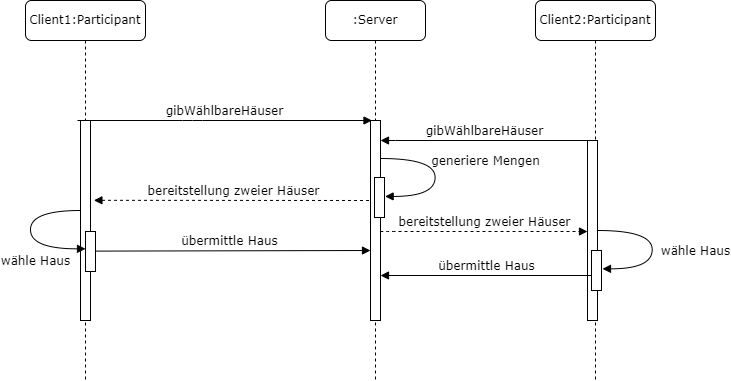
Before: Documentation/Requirement_specification_document/images/SQ_Hauswahl.png, a diagram exported from draw.io (LeverageAlex/DuneRTS). Source tidied: cells renumbered, new cells last; positions are measured from the earlier drawing's top-left corner, leaving out a move shared by most shapes. Source of this version:
```xml
<mxGraphModel>
  <root>
    <mxCell id="0" />
    <mxCell id="1" parent="0" />
    <mxCell id="2" value="übermittle Haus" style="html=1;verticalAlign=bottom;endArrow=block;labelBackgroundColor=none;fontFamily=Verdana;fontSize=12;edgeStyle=elbowEdgeStyle;elbow=vertical;exitX=1.271;exitY=0.311;exitDx=0;exitDy=0;exitPerimeter=0;" parent="1" edge="1">
      <mxGeometry relative="1" as="geometry">
        <mxPoint x="63.7" y="250.6" as="sourcePoint" />
        <mxPoint x="345" y="250" as="targetPoint" />
        <Array as="points">
          <mxPoint x="165.5" y="250" />
        </Array>
      </mxGeometry>
    </mxCell>
    <mxCell id="3" value="Client2:Participant" style="shape=umlLifeline;perimeter=lifelinePerimeter;whiteSpace=wrap;html=1;rounded=1;shadow=0;comic=0;labelBackgroundColor=none;strokeWidth=1;fontFamily=Verdana;fontSize=12;align=center;" parent="1" vertex="1">
      <mxGeometry x="510" width="120" height="380" as="geometry" />
    </mxCell>
    <mxCell id="4" style="html=1;points=[];perimeter=orthogonalPerimeter;rounded=0;shadow=0;comic=0;labelBackgroundColor=none;strokeWidth=1;fontFamily=Verdana;fontSize=12;align=center;" parent="1" vertex="1">
      <mxGeometry x="562" y="140" width="10" height="180" as="geometry" />
    </mxCell>
    <mxCell id="5" value="bereitstellung zweier Häuser" style="html=1;verticalAlign=bottom;endArrow=none;labelBackgroundColor=none;fontFamily=Verdana;fontSize=12;edgeStyle=elbowEdgeStyle;elbow=vertical;endFill=0;startArrow=block;startFill=1;dashed=1;exitX=1.34;exitY=0.399;exitDx=0;exitDy=0;exitPerimeter=0;" parent="1" edge="1" source="9">
      <mxGeometry relative="1" as="geometry">
        <mxPoint x="349" y="200" as="targetPoint" />
      </mxGeometry>
    </mxCell>
    <mxCell id="6" value=":Server" style="shape=umlLifeline;perimeter=lifelinePerimeter;whiteSpace=wrap;html=1;rounded=1;shadow=0;comic=0;labelBackgroundColor=none;strokeWidth=1;fontFamily=Verdana;fontSize=12;align=center;" parent="1" vertex="1">
      <mxGeometry x="300" width="100" height="380" as="geometry" />
    </mxCell>
    <mxCell id="7" style="html=1;points=[];perimeter=orthogonalPerimeter;rounded=0;shadow=0;comic=0;labelBackgroundColor=none;strokeWidth=1;fontFamily=Verdana;fontSize=12;align=center;" parent="6" vertex="1">
      <mxGeometry x="45" y="120" width="10" height="200" as="geometry" />
    </mxCell>
    <mxCell id="8" value="Client1:Participant" style="shape=umlLifeline;perimeter=lifelinePerimeter;whiteSpace=wrap;html=1;rounded=1;shadow=0;comic=0;labelBackgroundColor=none;strokeWidth=1;fontFamily=Verdana;fontSize=12;align=center;" parent="1" vertex="1">
      <mxGeometry width="120" height="380" as="geometry" />
    </mxCell>
    <mxCell id="9" style="html=1;points=[];perimeter=orthogonalPerimeter;rounded=0;shadow=0;comic=0;labelBackgroundColor=none;strokeWidth=1;fontFamily=Verdana;fontSize=12;align=center;" parent="8" vertex="1">
      <mxGeometry x="55" y="120" width="10" height="200" as="geometry" />
    </mxCell>
    <mxCell id="10" style="html=1;perimeter=orthogonalPerimeter;rounded=0;shadow=0;comic=0;labelBackgroundColor=none;strokeWidth=1;fontFamily=Verdana;fontSize=12;align=center;" parent="8" vertex="1">
      <mxGeometry x="60" y="231" width="10" height="40" as="geometry" />
    </mxCell>
    <mxCell id="11" value="wähle Haus" style="html=1;verticalAlign=bottom;endArrow=block;labelBackgroundColor=none;fontFamily=Verdana;fontSize=12;elbow=vertical;edgeStyle=orthogonalEdgeStyle;curved=1;entryX=1;entryY=0.286;entryPerimeter=0;exitX=1.038;exitY=0.345;exitPerimeter=0;" parent="8" edge="1">
      <mxGeometry x="0.3" y="-22" relative="1" as="geometry">
        <mxPoint x="55" y="210" as="sourcePoint" />
        <mxPoint x="60" y="248.3" as="targetPoint" />
        <Array as="points">
          <mxPoint x="5" y="210" />
          <mxPoint x="5" y="248" />
        </Array>
      </mxGeometry>
    </mxCell>
    <mxCell id="12" value="gibWählbareHäuser" style="html=1;verticalAlign=bottom;endArrow=none;labelBackgroundColor=none;fontFamily=Verdana;fontSize=12;edgeStyle=elbowEdgeStyle;elbow=vertical;endFill=0;startArrow=block;startFill=1;" parent="1" edge="1" source="7" target="4">
      <mxGeometry relative="1" as="geometry">
        <Array as="points">
          <mxPoint x="360" y="140" />
        </Array>
      </mxGeometry>
    </mxCell>
    <mxCell id="13" value="gibWählbareHäuser" style="html=1;verticalAlign=bottom;endArrow=block;labelBackgroundColor=none;fontFamily=Verdana;fontSize=12;edgeStyle=elbowEdgeStyle;elbow=vertical;" parent="1" edge="1">
      <mxGeometry relative="1" as="geometry">
        <mxPoint x="52" y="120" as="sourcePoint" />
        <mxPoint x="346.5" y="120" as="targetPoint" />
        <Array as="points">
          <mxPoint x="167" y="120" />
        </Array>
      </mxGeometry>
    </mxCell>
    <mxCell id="14" value="bereitstellung zweier Häuser" style="html=1;verticalAlign=bottom;endArrow=block;labelBackgroundColor=none;fontFamily=Verdana;fontSize=12;edgeStyle=elbowEdgeStyle;elbow=vertical;endFill=1;startArrow=none;startFill=0;dashed=1;" parent="1" edge="1">
      <mxGeometry relative="1" as="geometry">
        <mxPoint x="355" y="231" as="sourcePoint" />
        <mxPoint x="562" y="231" as="targetPoint" />
        <Array as="points">
          <mxPoint x="360" y="231" />
        </Array>
      </mxGeometry>
    </mxCell>
    <mxCell id="15" value="generiere Mengen" style="html=1;verticalAlign=bottom;endArrow=block;labelBackgroundColor=none;fontFamily=Verdana;fontSize=12;elbow=vertical;edgeStyle=orthogonalEdgeStyle;curved=1;entryX=1;entryY=0.286;entryPerimeter=0;exitX=1.038;exitY=0.345;exitPerimeter=0;" parent="1" edge="1">
      <mxGeometry x="-0.07" y="50" relative="1" as="geometry">
        <mxPoint x="355" y="158" as="sourcePoint" />
        <mxPoint x="359.6" y="195.9" as="targetPoint" />
        <Array as="points">
          <mxPoint x="409.6" y="157.9" />
          <mxPoint x="409.6" y="195.9" />
        </Array>
      </mxGeometry>
    </mxCell>
    <mxCell id="16" style="html=1;perimeter=orthogonalPerimeter;rounded=0;shadow=0;comic=0;labelBackgroundColor=none;strokeWidth=1;fontFamily=Verdana;fontSize=12;align=center;" parent="1" vertex="1">
      <mxGeometry x="349" y="177" width="10" height="40" as="geometry" />
    </mxCell>
    <mxCell id="17" value="wähle Haus" style="html=1;verticalAlign=bottom;endArrow=block;labelBackgroundColor=none;fontFamily=Verdana;fontSize=12;elbow=vertical;edgeStyle=orthogonalEdgeStyle;curved=1;entryX=1;entryY=0.286;entryPerimeter=0;exitX=1.038;exitY=0.345;exitPerimeter=0;" parent="1" edge="1">
      <mxGeometry x="0.19" y="43" relative="1" as="geometry">
        <mxPoint x="572" y="230" as="sourcePoint" />
        <mxPoint x="577" y="268.3" as="targetPoint" />
        <Array as="points">
          <mxPoint x="626.7" y="230" />
          <mxPoint x="626.7" y="268" />
        </Array>
      </mxGeometry>
    </mxCell>
    <mxCell id="18" style="html=1;perimeter=orthogonalPerimeter;rounded=0;shadow=0;comic=0;labelBackgroundColor=none;strokeWidth=1;fontFamily=Verdana;fontSize=12;align=center;" parent="1" vertex="1">
      <mxGeometry x="566" y="250" width="10" height="40" as="geometry" />
    </mxCell>
    <mxCell id="19" value="übermittle Haus" style="html=1;verticalAlign=bottom;endArrow=none;labelBackgroundColor=none;fontFamily=Verdana;fontSize=12;edgeStyle=elbowEdgeStyle;elbow=vertical;endFill=0;startArrow=block;startFill=1;" parent="1" edge="1" source="7">
      <mxGeometry relative="1" as="geometry">
        <mxPoint x="566" y="275" as="targetPoint" />
      </mxGeometry>
    </mxCell>
  </root>
</mxGraphModel>
```
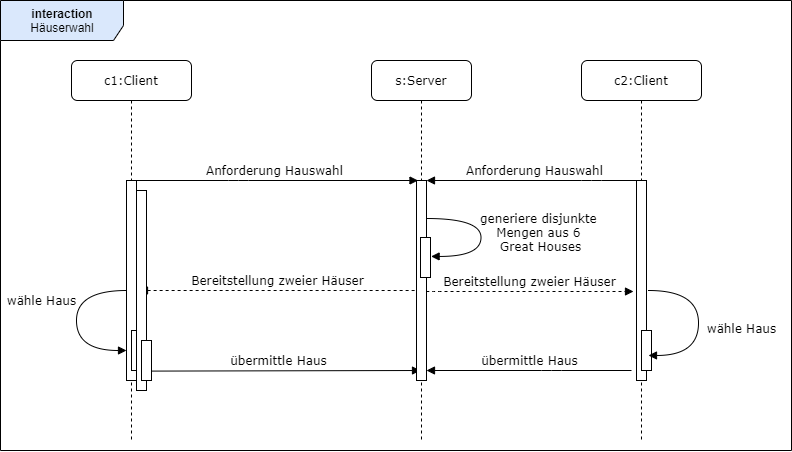
Above is the later version.

What changed in the source:
```diff
@@ -2,68 +2,84 @@
   <root>
     <mxCell id="0" />
     <mxCell id="1" parent="0" />
+    <mxCell id="20" value="&lt;b&gt;interaction &lt;/b&gt;Häuserwahl" style="shape=umlFrame;whiteSpace=wrap;html=1;width=123;height=40;fillColor=#dae8fc;strokeColor=#000000;" parent="1" vertex="1">
+      <mxGeometry x="-71" y="-60" width="791" height="450" as="geometry" />
+    </mxCell>
+    <mxCell id="3" value="c2:Client" style="shape=umlLifeline;perimeter=lifelinePerimeter;whiteSpace=wrap;html=1;rounded=1;shadow=0;comic=0;labelBackgroundColor=none;strokeWidth=1;fontFamily=Verdana;fontSize=12;align=center;" parent="1" vertex="1">
+      <mxGeometry x="510" width="120" height="380" as="geometry" />
+    </mxCell>
+    <mxCell id="18" style="html=1;perimeter=orthogonalPerimeter;rounded=0;shadow=0;comic=0;labelBackgroundColor=none;strokeWidth=1;fontFamily=Verdana;fontSize=12;align=center;" parent="3" vertex="1">
+      <mxGeometry x="55" y="270" width="10" height="40" as="geometry" />
+    </mxCell>
+    <mxCell id="4" style="html=1;points=[];perimeter=orthogonalPerimeter;rounded=0;shadow=0;comic=0;labelBackgroundColor=none;strokeWidth=1;fontFamily=Verdana;fontSize=12;align=center;" parent="3" vertex="1">
+      <mxGeometry x="55" y="140" width="10" height="180" as="geometry" />
+    </mxCell>
+    <mxCell id="21" style="html=1;perimeter=orthogonalPerimeter;rounded=0;shadow=0;comic=0;labelBackgroundColor=none;strokeWidth=1;fontFamily=Verdana;fontSize=12;align=center;" parent="3" vertex="1">
+      <mxGeometry x="55" y="120" width="10" height="200" as="geometry" />
+    </mxCell>
+    <mxCell id="22" style="html=1;perimeter=orthogonalPerimeter;rounded=0;shadow=0;comic=0;labelBackgroundColor=none;strokeWidth=1;fontFamily=Verdana;fontSize=12;align=center;" parent="3" vertex="1">
+      <mxGeometry x="60" y="270" width="10" height="40" as="geometry" />
+    </mxCell>
     <mxCell id="2" value="übermittle Haus" style="html=1;verticalAlign=bottom;endArrow=block;labelBackgroundColor=none;fontFamily=Verdana;fontSize=12;edgeStyle=elbowEdgeStyle;elbow=vertical;exitX=1.271;exitY=0.311;exitDx=0;exitDy=0;exitPerimeter=0;" parent="1" edge="1">
       <mxGeometry relative="1" as="geometry">
-        <mxPoint x="63.7" y="250.6" as="sourcePoint" />
-        <mxPoint x="345" y="250" as="targetPoint" />
+        <mxPoint x="67.7" y="310.6" as="sourcePoint" />
+        <mxPoint x="349" y="310" as="targetPoint" />
         <Array as="points">
-          <mxPoint x="165.5" y="250" />
+          <mxPoint x="169.5" y="310" />
         </Array>
       </mxGeometry>
     </mxCell>
-    <mxCell id="3" value="Client2:Participant" style="shape=umlLifeline;perimeter=lifelinePerimeter;whiteSpace=wrap;html=1;rounded=1;shadow=0;comic=0;labelBackgroundColor=none;strokeWidth=1;fontFamily=Verdana;fontSize=12;align=center;" parent="1" vertex="1">
-      <mxGeometry x="510" width="120" height="380" as="geometry" />
-    </mxCell>
-    <mxCell id="4" style="html=1;points=[];perimeter=orthogonalPerimeter;rounded=0;shadow=0;comic=0;labelBackgroundColor=none;strokeWidth=1;fontFamily=Verdana;fontSize=12;align=center;" parent="1" vertex="1">
-      <mxGeometry x="562" y="140" width="10" height="180" as="geometry" />
-    </mxCell>
-    <mxCell id="5" value="bereitstellung zweier Häuser" style="html=1;verticalAlign=bottom;endArrow=none;labelBackgroundColor=none;fontFamily=Verdana;fontSize=12;edgeStyle=elbowEdgeStyle;elbow=vertical;endFill=0;startArrow=block;startFill=1;dashed=1;exitX=1.34;exitY=0.399;exitDx=0;exitDy=0;exitPerimeter=0;" parent="1" edge="1" source="9">
+    <mxCell id="5" value="Bereitstellung zweier Häuser" style="html=1;verticalAlign=bottom;endArrow=none;labelBackgroundColor=none;fontFamily=Verdana;fontSize=12;edgeStyle=elbowEdgeStyle;elbow=vertical;endFill=0;startArrow=block;startFill=1;dashed=1;" parent="1" edge="1" target="7">
       <mxGeometry relative="1" as="geometry">
-        <mxPoint x="349" y="200" as="targetPoint" />
+        <mxPoint x="68" y="230" as="sourcePoint" />
+        <Array as="points">
+          <mxPoint x="280" y="230" />
+        </Array>
       </mxGeometry>
     </mxCell>
-    <mxCell id="6" value=":Server" style="shape=umlLifeline;perimeter=lifelinePerimeter;whiteSpace=wrap;html=1;rounded=1;shadow=0;comic=0;labelBackgroundColor=none;strokeWidth=1;fontFamily=Verdana;fontSize=12;align=center;" parent="1" vertex="1">
+    <mxCell id="6" value="s:Server" style="shape=umlLifeline;perimeter=lifelinePerimeter;whiteSpace=wrap;html=1;rounded=1;shadow=0;comic=0;labelBackgroundColor=none;strokeWidth=1;fontFamily=Verdana;fontSize=12;align=center;" parent="1" vertex="1">
       <mxGeometry x="300" width="100" height="380" as="geometry" />
     </mxCell>
     <mxCell id="7" style="html=1;points=[];perimeter=orthogonalPerimeter;rounded=0;shadow=0;comic=0;labelBackgroundColor=none;strokeWidth=1;fontFamily=Verdana;fontSize=12;align=center;" parent="6" vertex="1">
       <mxGeometry x="45" y="120" width="10" height="200" as="geometry" />
     </mxCell>
-    <mxCell id="8" value="Client1:Participant" style="shape=umlLifeline;perimeter=lifelinePerimeter;whiteSpace=wrap;html=1;rounded=1;shadow=0;comic=0;labelBackgroundColor=none;strokeWidth=1;fontFamily=Verdana;fontSize=12;align=center;" parent="1" vertex="1">
+    <mxCell id="8" value="c1:Client" style="shape=umlLifeline;perimeter=lifelinePerimeter;whiteSpace=wrap;html=1;rounded=1;shadow=0;comic=0;labelBackgroundColor=none;strokeWidth=1;fontFamily=Verdana;fontSize=12;align=center;" parent="1" vertex="1">
       <mxGeometry width="120" height="380" as="geometry" />
     </mxCell>
     <mxCell id="9" style="html=1;points=[];perimeter=orthogonalPerimeter;rounded=0;shadow=0;comic=0;labelBackgroundColor=none;strokeWidth=1;fontFamily=Verdana;fontSize=12;align=center;" parent="8" vertex="1">
       <mxGeometry x="55" y="120" width="10" height="200" as="geometry" />
     </mxCell>
     <mxCell id="10" style="html=1;perimeter=orthogonalPerimeter;rounded=0;shadow=0;comic=0;labelBackgroundColor=none;strokeWidth=1;fontFamily=Verdana;fontSize=12;align=center;" parent="8" vertex="1">
-      <mxGeometry x="60" y="231" width="10" height="40" as="geometry" />
+      <mxGeometry x="60" y="270" width="10" height="40" as="geometry" />
     </mxCell>
-    <mxCell id="11" value="wähle Haus" style="html=1;verticalAlign=bottom;endArrow=block;labelBackgroundColor=none;fontFamily=Verdana;fontSize=12;elbow=vertical;edgeStyle=orthogonalEdgeStyle;curved=1;entryX=1;entryY=0.286;entryPerimeter=0;exitX=1.038;exitY=0.345;exitPerimeter=0;" parent="8" edge="1">
-      <mxGeometry x="0.3" y="-22" relative="1" as="geometry">
-        <mxPoint x="55" y="210" as="sourcePoint" />
-        <mxPoint x="60" y="248.3" as="targetPoint" />
+    <mxCell id="11" value="wähle Haus" style="html=1;verticalAlign=bottom;endArrow=block;labelBackgroundColor=none;fontFamily=Verdana;fontSize=12;elbow=vertical;edgeStyle=orthogonalEdgeStyle;curved=1;exitX=0;exitY=0.55;exitPerimeter=0;exitDx=0;exitDy=0;" parent="8" edge="1" source="9">
+      <mxGeometry x="-0.13" y="-35" relative="1" as="geometry">
+        <mxPoint x="55" y="290" as="targetPoint" />
         <Array as="points">
-          <mxPoint x="5" y="210" />
-          <mxPoint x="5" y="248" />
+          <mxPoint x="5" y="230" />
+          <mxPoint x="5" y="290" />
         </Array>
       </mxGeometry>
     </mxCell>
-    <mxCell id="12" value="gibWählbareHäuser" style="html=1;verticalAlign=bottom;endArrow=none;labelBackgroundColor=none;fontFamily=Verdana;fontSize=12;edgeStyle=elbowEdgeStyle;elbow=vertical;endFill=0;startArrow=block;startFill=1;" parent="1" edge="1" source="7" target="4">
+    <mxCell id="12" value="Anforderung Hauswahl" style="html=1;verticalAlign=bottom;endArrow=none;labelBackgroundColor=none;fontFamily=Verdana;fontSize=12;edgeStyle=elbowEdgeStyle;elbow=vertical;endFill=0;startArrow=block;startFill=1;" parent="1" edge="1" source="7">
       <mxGeometry relative="1" as="geometry">
+        <mxPoint x="570" y="120" as="targetPoint" />
         <Array as="points">
+          <mxPoint x="520" y="120" />
           <mxPoint x="360" y="140" />
         </Array>
       </mxGeometry>
     </mxCell>
-    <mxCell id="13" value="gibWählbareHäuser" style="html=1;verticalAlign=bottom;endArrow=block;labelBackgroundColor=none;fontFamily=Verdana;fontSize=12;edgeStyle=elbowEdgeStyle;elbow=vertical;" parent="1" edge="1">
+    <mxCell id="13" value="Anforderung Hauswahl" style="html=1;verticalAlign=bottom;endArrow=block;labelBackgroundColor=none;fontFamily=Verdana;fontSize=12;edgeStyle=elbowEdgeStyle;elbow=vertical;" parent="1" edge="1">
       <mxGeometry relative="1" as="geometry">
-        <mxPoint x="52" y="120" as="sourcePoint" />
+        <mxPoint x="60" y="120" as="sourcePoint" />
         <mxPoint x="346.5" y="120" as="targetPoint" />
         <Array as="points">
           <mxPoint x="167" y="120" />
         </Array>
       </mxGeometry>
     </mxCell>
-    <mxCell id="14" value="bereitstellung zweier Häuser" style="html=1;verticalAlign=bottom;endArrow=block;labelBackgroundColor=none;fontFamily=Verdana;fontSize=12;edgeStyle=elbowEdgeStyle;elbow=vertical;endFill=1;startArrow=none;startFill=0;dashed=1;" parent="1" edge="1">
+    <mxCell id="14" value="Bereitstellung zweier Häuser" style="html=1;verticalAlign=bottom;endArrow=block;labelBackgroundColor=none;fontFamily=Verdana;fontSize=12;edgeStyle=elbowEdgeStyle;elbow=vertical;endFill=1;startArrow=none;startFill=0;dashed=1;" parent="1" edge="1">
       <mxGeometry relative="1" as="geometry">
         <mxPoint x="355" y="231" as="sourcePoint" />
         <mxPoint x="562" y="231" as="targetPoint" />
@@ -72,36 +88,42 @@
         </Array>
       </mxGeometry>
     </mxCell>
-    <mxCell id="15" value="generiere Mengen" style="html=1;verticalAlign=bottom;endArrow=block;labelBackgroundColor=none;fontFamily=Verdana;fontSize=12;elbow=vertical;edgeStyle=orthogonalEdgeStyle;curved=1;entryX=1;entryY=0.286;entryPerimeter=0;exitX=1.038;exitY=0.345;exitPerimeter=0;" parent="1" edge="1">
-      <mxGeometry x="-0.07" y="50" relative="1" as="geometry">
+    <mxCell id="15" value="generiere disjunkte &lt;br&gt;Mengen aus 6 &lt;br&gt;Great Houses" style="html=1;verticalAlign=bottom;endArrow=block;labelBackgroundColor=none;fontFamily=Verdana;fontSize=12;elbow=vertical;edgeStyle=orthogonalEdgeStyle;curved=1;entryX=1;entryY=0.286;entryPerimeter=0;exitX=1.038;exitY=0.345;exitPerimeter=0;" parent="1" edge="1">
+      <mxGeometry x="0.3" y="60" relative="1" as="geometry">
         <mxPoint x="355" y="158" as="sourcePoint" />
         <mxPoint x="359.6" y="195.9" as="targetPoint" />
         <Array as="points">
           <mxPoint x="409.6" y="157.9" />
           <mxPoint x="409.6" y="195.9" />
         </Array>
+        <mxPoint x="60" y="-60" as="offset" />
       </mxGeometry>
     </mxCell>
     <mxCell id="16" style="html=1;perimeter=orthogonalPerimeter;rounded=0;shadow=0;comic=0;labelBackgroundColor=none;strokeWidth=1;fontFamily=Verdana;fontSize=12;align=center;" parent="1" vertex="1">
       <mxGeometry x="349" y="177" width="10" height="40" as="geometry" />
     </mxCell>
-    <mxCell id="17" value="wähle Haus" style="html=1;verticalAlign=bottom;endArrow=block;labelBackgroundColor=none;fontFamily=Verdana;fontSize=12;elbow=vertical;edgeStyle=orthogonalEdgeStyle;curved=1;entryX=1;entryY=0.286;entryPerimeter=0;exitX=1.038;exitY=0.345;exitPerimeter=0;" parent="1" edge="1">
+    <mxCell id="17" value="wähle Haus" style="html=1;verticalAlign=bottom;endArrow=block;labelBackgroundColor=none;fontFamily=Verdana;fontSize=12;elbow=vertical;edgeStyle=orthogonalEdgeStyle;curved=1;entryX=1.2;entryY=0.861;entryPerimeter=0;entryDx=0;entryDy=0;" parent="1" edge="1" target="4">
       <mxGeometry x="0.19" y="43" relative="1" as="geometry">
-        <mxPoint x="572" y="230" as="sourcePoint" />
-        <mxPoint x="577" y="268.3" as="targetPoint" />
+        <mxPoint x="577" y="230" as="sourcePoint" />
         <Array as="points">
-          <mxPoint x="626.7" y="230" />
-          <mxPoint x="626.7" y="268" />
+          <mxPoint x="627" y="230" />
+          <mxPoint x="627" y="295" />
         </Array>
       </mxGeometry>
     </mxCell>
-    <mxCell id="18" style="html=1;perimeter=orthogonalPerimeter;rounded=0;shadow=0;comic=0;labelBackgroundColor=none;strokeWidth=1;fontFamily=Verdana;fontSize=12;align=center;" parent="1" vertex="1">
-      <mxGeometry x="566" y="250" width="10" height="40" as="geometry" />
-    </mxCell>
     <mxCell id="19" value="übermittle Haus" style="html=1;verticalAlign=bottom;endArrow=none;labelBackgroundColor=none;fontFamily=Verdana;fontSize=12;edgeStyle=elbowEdgeStyle;elbow=vertical;endFill=0;startArrow=block;startFill=1;" parent="1" edge="1" source="7">
       <mxGeometry relative="1" as="geometry">
-        <mxPoint x="566" y="275" as="targetPoint" />
+        <mxPoint x="560" y="310" as="targetPoint" />
+        <Array as="points">
+          <mxPoint x="480" y="310" />
+        </Array>
       </mxGeometry>
     </mxCell>
+    <mxCell id="23" style="html=1;perimeter=orthogonalPerimeter;rounded=0;shadow=0;comic=0;labelBackgroundColor=none;strokeWidth=1;fontFamily=Verdana;fontSize=12;align=center;" parent="1" vertex="1">
+      <mxGeometry x="65" y="130" width="10" height="200" as="geometry" />
+    </mxCell>
+    <mxCell id="24" style="html=1;perimeter=orthogonalPerimeter;rounded=0;shadow=0;comic=0;labelBackgroundColor=none;strokeWidth=1;fontFamily=Verdana;fontSize=12;align=center;" parent="1" vertex="1">
+      <mxGeometry x="70" y="280" width="10" height="40" as="geometry" />
+    </mxCell>
   </root>
 </mxGraphModel>
```
